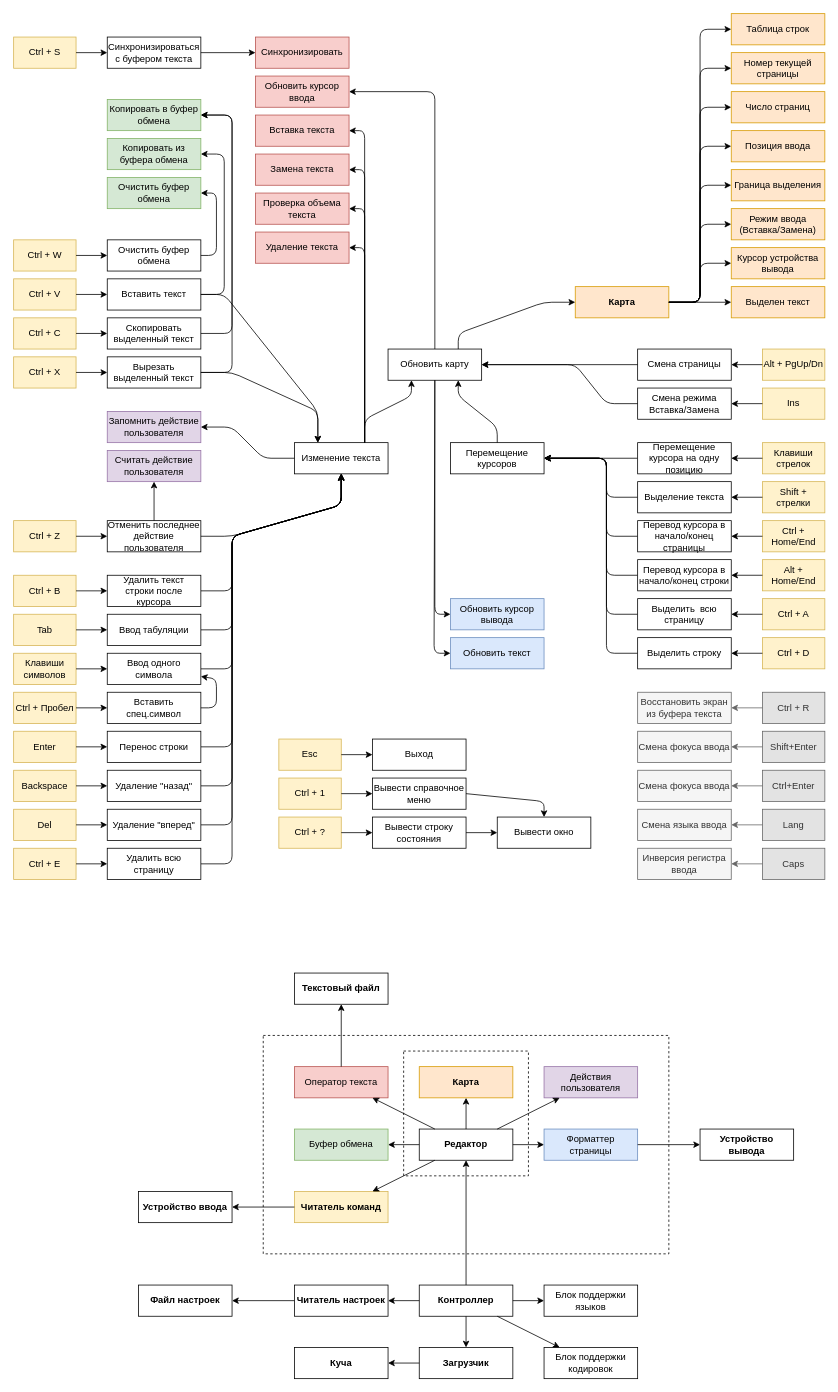
Earlier version of the draw.io diagram page "Команды редактора" (5 of 5) of _Doc/LPM_class_component_diagram.drawio (Teslatec/LPM_Editor). Source tidied: cells renumbered, new cells numbered last; positions are measured from the earlier drawing's top-left corner, leaving out a move shared by most shapes. Both pictures are drawn from the tidied source at 78%, with x=0, y=0 at pixel (13, 13).
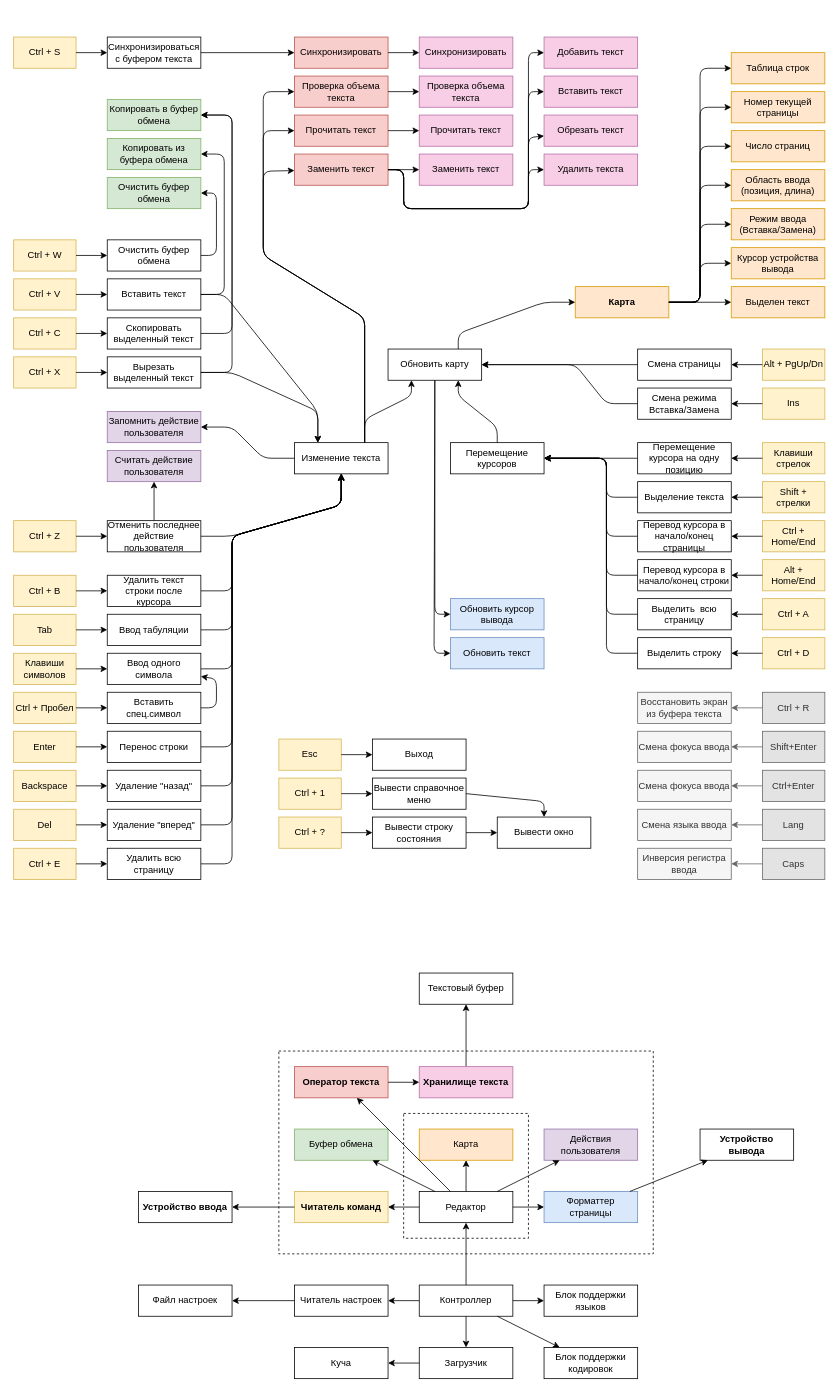
The same diagram, later.

Commit message (it also covers changes not shown here):
1. Протестировал и отладил модули текстового оператора и хранилища текста 2. Добавил тестовый модуль для отладки модулей п.1 3. Обновил диаграмму редактора

Unchanged cells that the change refers to:
```xml
<mxCell id="53" value="Карта" style="rounded=0;whiteSpace=wrap;html=1;fillColor=#ffe6cc;strokeColor=#d79b00;fontStyle=1;" parent="1" vertex="1">
  <mxGeometry x="720" y="350" width="120" height="40" as="geometry" />
</mxCell>
<mxCell id="67" value="Изменение текста" style="rounded=0;whiteSpace=wrap;html=1;" parent="1" vertex="1">
  <mxGeometry x="360" y="550" width="120" height="40" as="geometry" />
</mxCell>
<mxCell id="82" value="Обновить карту" style="rounded=0;whiteSpace=wrap;html=1;" parent="1" vertex="1">
  <mxGeometry x="480" y="430" width="120" height="40" as="geometry" />
</mxCell>
```

The edit, as a diff of the source:
```diff
@@
     <mxCell id="2" style="rounded=0;whiteSpace=wrap;html=1;dashed=1;fillColor=none;" parent="1" vertex="1">
-      <mxGeometry x="500" y="1330" width="160" height="160" as="geometry" />
+      <mxGeometry x="500" y="1410" width="160" height="160" as="geometry" />
     </mxCell>
     <mxCell id="3" style="rounded=0;whiteSpace=wrap;html=1;dashed=1;fillColor=none;" parent="1" vertex="1">
-      <mxGeometry x="320" y="1310" width="520" height="280" as="geometry" />
+      <mxGeometry x="340" y="1330" width="480" height="260" as="geometry" />
     </mxCell>
@@
     <mxCell id="52" style="endArrow=classic;html=1;exitX=0.75;exitY=0;exitDx=0;exitDy=0;" parent="1" edge="1" source="67" target="116">
       <mxGeometry relative="1" as="geometry">
         <Array as="points">
-          <mxPoint x="450" y="150" />
+          <mxPoint x="450" y="390" />
+          <mxPoint x="320" y="310" />
+          <mxPoint x="320" y="202" />
         </Array>
       </mxGeometry>
     </mxCell>
@@
     <mxCell id="54" style="endArrow=classic;html=1;" parent="1" edge="1" source="53" target="61">
       <mxGeometry relative="1" as="geometry">
         <Array as="points">
           <mxPoint x="880" y="370" />
-          <mxPoint x="880" y="20" />
+          <mxPoint x="880" y="70" />
         </Array>
       </mxGeometry>
     </mxCell>
     <mxCell id="55" style="endArrow=classic;html=1;" parent="1" edge="1" source="53" target="62">
       <mxGeometry relative="1" as="geometry">
         <Array as="points">
           <mxPoint x="880" y="370" />
-          <mxPoint x="880" y="70" />
+          <mxPoint x="880" y="120" />
         </Array>
       </mxGeometry>
     </mxCell>
     <mxCell id="56" style="endArrow=classic;html=1;" parent="1" edge="1" source="53" target="63">
       <mxGeometry relative="1" as="geometry">
         <Array as="points">
           <mxPoint x="880" y="370" />
-          <mxPoint x="880" y="120" />
+          <mxPoint x="880" y="170" />
         </Array>
       </mxGeometry>
     </mxCell>
-    <mxCell id="57" style="endArrow=classic;html=1;" parent="1" edge="1" source="53" target="64">
-      <mxGeometry relative="1" as="geometry">
-        <Array as="points">
-          <mxPoint x="880" y="370" />
-          <mxPoint x="880" y="170" />
-        </Array>
-      </mxGeometry>
-    </mxCell>
@@
     <mxCell id="61" value="Таблица строк" style="rounded=0;whiteSpace=wrap;html=1;fillColor=#ffe6cc;strokeColor=#d79b00;" parent="1" vertex="1">
-      <mxGeometry x="920" width="120" height="40" as="geometry" />
+      <mxGeometry x="920" y="50" width="120" height="40" as="geometry" />
     </mxCell>
     <mxCell id="62" value="Номер текущей страницы" style="rounded=0;whiteSpace=wrap;html=1;fillColor=#ffe6cc;strokeColor=#d79b00;" parent="1" vertex="1">
-      <mxGeometry x="920" y="50" width="120" height="40" as="geometry" />
+      <mxGeometry x="920" y="100" width="120" height="40" as="geometry" />
     </mxCell>
     <mxCell id="63" value="Число страниц" style="rounded=0;whiteSpace=wrap;html=1;fillColor=#ffe6cc;strokeColor=#d79b00;" parent="1" vertex="1">
-      <mxGeometry x="920" y="100" width="120" height="40" as="geometry" />
+      <mxGeometry x="920" y="150" width="120" height="40" as="geometry" />
     </mxCell>
-    <mxCell id="64" value="Позиция ввода" style="rounded=0;whiteSpace=wrap;html=1;fillColor=#ffe6cc;strokeColor=#d79b00;" parent="1" vertex="1">
-      <mxGeometry x="920" y="150" width="120" height="40" as="geometry" />
-    </mxCell>
-    <mxCell id="65" value="Граница выделения" style="rounded=0;whiteSpace=wrap;html=1;fillColor=#ffe6cc;strokeColor=#d79b00;" parent="1" vertex="1">
+    <mxCell id="65" value="Область ввода (позиция, длина)" style="rounded=0;whiteSpace=wrap;html=1;fillColor=#ffe6cc;strokeColor=#d79b00;" parent="1" vertex="1">
       <mxGeometry x="920" y="200" width="120" height="40" as="geometry" />
     </mxCell>
@@
-    <mxCell id="69" style="endArrow=classic;html=1;exitX=0.75;exitY=0;exitDx=0;exitDy=0;" parent="1" edge="1" source="67" target="118">
-      <mxGeometry relative="1" as="geometry">
-        <Array as="points">
-          <mxPoint x="450" y="300" />
-        </Array>
-      </mxGeometry>
-    </mxCell>
     <mxCell id="70" style="endArrow=classic;html=1;exitX=0.75;exitY=0;exitDx=0;exitDy=0;" parent="1" edge="1" source="67" target="117">
       <mxGeometry relative="1" as="geometry">
         <Array as="points">
-          <mxPoint x="450" y="200" />
+          <mxPoint x="450" y="390" />
+          <mxPoint x="320" y="310" />
+          <mxPoint x="320" y="150" />
         </Array>
       </mxGeometry>
     </mxCell>
@@
-    <mxCell id="80" style="endArrow=classic;html=1;" parent="1" edge="1" source="82" target="119">
-      <mxGeometry relative="1" as="geometry">
-        <Array as="points">
-          <mxPoint x="540" y="100" />
-        </Array>
-      </mxGeometry>
-    </mxCell>
     <mxCell id="81" style="endArrow=classic;html=1;exitX=0.75;exitY=0;exitDx=0;exitDy=0;" parent="1" edge="1" source="67" target="120">
       <mxGeometry relative="1" as="geometry">
         <Array as="points">
-          <mxPoint x="450" y="250" />
+          <mxPoint x="450" y="390" />
+          <mxPoint x="320" y="310" />
+          <mxPoint x="320" y="210" />
+          <mxPoint x="320" y="100" />
         </Array>
       </mxGeometry>
     </mxCell>
@@
-    <mxCell id="116" value="Вставка текста" style="rounded=0;whiteSpace=wrap;html=1;fillColor=#f8cecc;strokeColor=#b85450;" parent="1" vertex="1">
-      <mxGeometry x="310" y="130" width="120" height="40" as="geometry" />
+    <mxCell id="116" value="Заменить текст" style="rounded=0;whiteSpace=wrap;html=1;fillColor=#f8cecc;strokeColor=#b85450;" parent="1" vertex="1">
+      <mxGeometry x="360" y="180" width="120" height="40" as="geometry" />
     </mxCell>
-    <mxCell id="117" value="Замена текста" style="rounded=0;whiteSpace=wrap;html=1;fillColor=#f8cecc;strokeColor=#b85450;" parent="1" vertex="1">
-      <mxGeometry x="310" y="180" width="120" height="40" as="geometry" />
+    <mxCell id="117" value="Прочитать текст" style="rounded=0;whiteSpace=wrap;html=1;fillColor=#f8cecc;strokeColor=#b85450;" parent="1" vertex="1">
+      <mxGeometry x="360" y="130" width="120" height="40" as="geometry" />
     </mxCell>
-    <mxCell id="118" value="Удаление текста" style="rounded=0;whiteSpace=wrap;html=1;fillColor=#f8cecc;strokeColor=#b85450;" parent="1" vertex="1">
-      <mxGeometry x="310" y="280" width="120" height="40" as="geometry" />
-    </mxCell>
-    <mxCell id="119" value="Обновить курсор ввода" style="rounded=0;whiteSpace=wrap;html=1;fillColor=#f8cecc;strokeColor=#b85450;" parent="1" vertex="1">
-      <mxGeometry x="310" y="80" width="120" height="40" as="geometry" />
-    </mxCell>
     <mxCell id="120" value="Проверка объема текста" style="rounded=0;whiteSpace=wrap;html=1;fillColor=#f8cecc;strokeColor=#b85450;" parent="1" vertex="1">
-      <mxGeometry x="310" y="230" width="120" height="40" as="geometry" />
+      <mxGeometry x="360" y="80" width="120" height="40" as="geometry" />
     </mxCell>
     <mxCell id="121" value="Синхронизировать" style="rounded=0;whiteSpace=wrap;html=1;fillColor=#f8cecc;strokeColor=#b85450;" parent="1" vertex="1">
-      <mxGeometry x="310" y="30" width="120" height="40" as="geometry" />
+      <mxGeometry x="360" y="30" width="120" height="40" as="geometry" />
     </mxCell>
@@
-    <mxCell id="166" value="Карта" style="rounded=0;whiteSpace=wrap;html=1;fillColor=#ffe6cc;strokeColor=#d79b00;fontStyle=1;" parent="1" vertex="1">
-      <mxGeometry x="520" y="1350" width="120" height="40" as="geometry" />
+    <mxCell id="166" value="Карта" style="rounded=0;whiteSpace=wrap;html=1;fillColor=#ffe6cc;strokeColor=#d79b00;fontStyle=0;" parent="1" vertex="1">
+      <mxGeometry x="520" y="1430" width="120" height="40" as="geometry" />
     </mxCell>
-    <mxCell id="167" value="Редактор" style="rounded=0;whiteSpace=wrap;html=1;fontStyle=1;" parent="1" vertex="1">
-      <mxGeometry x="520" y="1430" width="120" height="40" as="geometry" />
+    <mxCell id="167" value="Редактор" style="rounded=0;whiteSpace=wrap;html=1;fontStyle=0;" parent="1" vertex="1">
+      <mxGeometry x="520" y="1510" width="120" height="40" as="geometry" />
     </mxCell>
@@
-    <mxCell id="169" value="Оператор текста" style="rounded=0;whiteSpace=wrap;html=1;fillColor=#f8cecc;strokeColor=#b85450;" parent="1" vertex="1">
+    <mxCell id="169" value="Оператор текста" style="rounded=0;whiteSpace=wrap;html=1;fillColor=#f8cecc;strokeColor=#b85450;fontStyle=1;" parent="1" vertex="1">
       <mxGeometry x="360" y="1350" width="120" height="40" as="geometry" />
     </mxCell>
@@
     <mxCell id="171" value="Действия пользователя" style="rounded=0;whiteSpace=wrap;html=1;fillColor=#e1d5e7;strokeColor=#9673a6;" parent="1" vertex="1">
-      <mxGeometry x="680" y="1350" width="120" height="40" as="geometry" />
+      <mxGeometry x="680" y="1430" width="120" height="40" as="geometry" />
     </mxCell>
     <mxCell id="172" value="Форматтер страницы" style="rounded=0;whiteSpace=wrap;html=1;fillColor=#dae8fc;strokeColor=#6c8ebf;" parent="1" vertex="1">
-      <mxGeometry x="680" y="1430" width="120" height="40" as="geometry" />
+      <mxGeometry x="680" y="1510" width="120" height="40" as="geometry" />
     </mxCell>
@@
-    <mxCell id="181" value="Текстовый файл" style="rounded=0;whiteSpace=wrap;html=1;fontStyle=1;" parent="1" vertex="1">
-      <mxGeometry x="360" y="1230" width="120" height="40" as="geometry" />
+    <mxCell id="181" value="Текстовый буфер" style="rounded=0;whiteSpace=wrap;html=1;fontStyle=0;" parent="1" vertex="1">
+      <mxGeometry x="520" y="1230" width="120" height="40" as="geometry" />
     </mxCell>
-    <mxCell id="182" style="endArrow=classic;html=1;" parent="1" edge="1" source="169" target="181">
+    <mxCell id="182" style="endArrow=classic;html=1;" parent="1" edge="1" source="215" target="181">
       <mxGeometry relative="1" as="geometry" />
     </mxCell>
-    <mxCell id="183" value="Читатель настроек" style="rounded=0;whiteSpace=wrap;html=1;fontStyle=1;" parent="1" vertex="1">
+    <mxCell id="183" value="Читатель настроек" style="rounded=0;whiteSpace=wrap;html=1;fontStyle=0;" parent="1" vertex="1">
       <mxGeometry x="360" y="1630" width="120" height="40" as="geometry" />
     </mxCell>
-    <mxCell id="184" value="Контроллер" style="rounded=0;whiteSpace=wrap;html=1;fontStyle=1;" parent="1" vertex="1">
+    <mxCell id="184" value="Контроллер" style="rounded=0;whiteSpace=wrap;html=1;fontStyle=0;" parent="1" vertex="1">
       <mxGeometry x="520" y="1630" width="120" height="40" as="geometry" />
     </mxCell>
-    <mxCell id="185" value="Загрузчик" style="rounded=0;whiteSpace=wrap;html=1;fontStyle=1;" parent="1" vertex="1">
+    <mxCell id="185" value="Загрузчик" style="rounded=0;whiteSpace=wrap;html=1;fontStyle=0;" parent="1" vertex="1">
       <mxGeometry x="520" y="1710" width="120" height="40" as="geometry" />
     </mxCell>
-    <mxCell id="186" value="Файл настроек" style="rounded=0;whiteSpace=wrap;html=1;fontStyle=1;" parent="1" vertex="1">
+    <mxCell id="186" value="Файл настроек" style="rounded=0;whiteSpace=wrap;html=1;fontStyle=0;" parent="1" vertex="1">
       <mxGeometry x="160" y="1630" width="120" height="40" as="geometry" />
     </mxCell>
@@
-    <mxCell id="189" style="endArrow=classic;html=1;" parent="1" edge="1" source="184" target="183">
+    <mxCell id="189" style="endArrow=classic;html=1;fontStyle=0;" parent="1" edge="1" source="184" target="183">
       <mxGeometry relative="1" as="geometry" />
     </mxCell>
-    <mxCell id="190" style="endArrow=classic;html=1;" parent="1" edge="1" source="184" target="185">
+    <mxCell id="190" style="endArrow=classic;html=1;fontStyle=0;" parent="1" edge="1" source="184" target="185">
       <mxGeometry relative="1" as="geometry" />
     </mxCell>
-    <mxCell id="191" style="endArrow=classic;html=1;" parent="1" edge="1" source="183" target="186">
+    <mxCell id="191" style="endArrow=classic;html=1;fontStyle=0;" parent="1" edge="1" source="183" target="186">
       <mxGeometry relative="1" as="geometry" />
     </mxCell>
-    <mxCell id="192" value="Куча" style="rounded=0;whiteSpace=wrap;html=1;fontStyle=1;" parent="1" vertex="1">
+    <mxCell id="192" value="Куча" style="rounded=0;whiteSpace=wrap;html=1;fontStyle=0;" parent="1" vertex="1">
       <mxGeometry x="360" y="1710" width="120" height="40" as="geometry" />
     </mxCell>
-    <mxCell id="193" style="endArrow=classic;html=1;" parent="1" edge="1" source="185" target="192">
+    <mxCell id="193" style="endArrow=classic;html=1;fontStyle=0;" parent="1" edge="1" source="185" target="192">
       <mxGeometry relative="1" as="geometry" />
     </mxCell>
@@
+    <mxCell id="199" value="Добавить текст" style="rounded=0;whiteSpace=wrap;html=1;fillColor=#F8CEE6;strokeColor=#B86DA6;" parent="1" vertex="1">
+      <mxGeometry x="680" y="30" width="120" height="40" as="geometry" />
+    </mxCell>
+    <mxCell id="200" value="Вставить текст" style="rounded=0;whiteSpace=wrap;html=1;fillColor=#F8CEE6;strokeColor=#B86DA6;" parent="1" vertex="1">
+      <mxGeometry x="680" y="80" width="120" height="40" as="geometry" />
+    </mxCell>
+    <mxCell id="201" value="Заменить текст" style="rounded=0;whiteSpace=wrap;html=1;fillColor=#F8CEE6;strokeColor=#B86DA6;" parent="1" vertex="1">
+      <mxGeometry x="520" y="180" width="120" height="40" as="geometry" />
+    </mxCell>
+    <mxCell id="202" value="Удалить текста" style="rounded=0;whiteSpace=wrap;html=1;fillColor=#F8CEE6;strokeColor=#B86DA6;" parent="1" vertex="1">
+      <mxGeometry x="680" y="180" width="120" height="40" as="geometry" />
+    </mxCell>
+    <mxCell id="203" value="Обрезать текст" style="rounded=0;whiteSpace=wrap;html=1;fillColor=#F8CEE6;strokeColor=#B86DA6;" parent="1" vertex="1">
+      <mxGeometry x="680" y="130" width="120" height="40" as="geometry" />
+    </mxCell>
+    <mxCell id="204" value="Прочитать текст" style="rounded=0;whiteSpace=wrap;html=1;fillColor=#F8CEE6;strokeColor=#B86DA6;" parent="1" vertex="1">
+      <mxGeometry x="520" y="130" width="120" height="40" as="geometry" />
+    </mxCell>
+    <mxCell id="205" value="Синхронизировать" style="rounded=0;whiteSpace=wrap;html=1;fillColor=#F8CEE6;strokeColor=#B86DA6;" parent="1" vertex="1">
+      <mxGeometry x="520" y="30" width="120" height="40" as="geometry" />
+    </mxCell>
+    <mxCell id="206" value="Проверка объема текста" style="rounded=0;whiteSpace=wrap;html=1;fillColor=#F8CEE6;strokeColor=#B86DA6;" parent="1" vertex="1">
+      <mxGeometry x="520" y="80" width="120" height="40" as="geometry" />
+    </mxCell>
+    <mxCell id="207" style="endArrow=classic;html=1;" parent="1" edge="1" source="117" target="204">
+      <mxGeometry relative="1" as="geometry" />
+    </mxCell>
+    <mxCell id="208" style="endArrow=classic;html=1;" parent="1" edge="1" source="120" target="206">
+      <mxGeometry relative="1" as="geometry" />
+    </mxCell>
+    <mxCell id="209" style="endArrow=classic;html=1;" parent="1" edge="1" source="121" target="205">
+      <mxGeometry relative="1" as="geometry" />
+    </mxCell>
+    <mxCell id="210" style="endArrow=classic;html=1;" parent="1" edge="1" source="116" target="201">
+      <mxGeometry relative="1" as="geometry" />
+    </mxCell>
+    <mxCell id="211" style="endArrow=classic;html=1;" parent="1" edge="1" source="116" target="199">
+      <mxGeometry relative="1" as="geometry">
+        <Array as="points">
+          <mxPoint x="500" y="200" />
+          <mxPoint x="500" y="250" />
+          <mxPoint x="660" y="250" />
+          <mxPoint x="660" y="50" />
+        </Array>
+      </mxGeometry>
+    </mxCell>
+    <mxCell id="212" style="endArrow=classic;html=1;" parent="1" edge="1" source="116" target="200">
+      <mxGeometry relative="1" as="geometry">
+        <Array as="points">
+          <mxPoint x="500" y="200" />
+          <mxPoint x="500" y="250" />
+          <mxPoint x="660" y="250" />
+          <mxPoint x="660" y="100" />
+        </Array>
+      </mxGeometry>
+    </mxCell>
+    <mxCell id="213" style="endArrow=classic;html=1;" parent="1" edge="1" source="116" target="203">
+      <mxGeometry relative="1" as="geometry">
+        <Array as="points">
+          <mxPoint x="500" y="200" />
+          <mxPoint x="500" y="250" />
+          <mxPoint x="660" y="250" />
+          <mxPoint x="660" y="159" />
+        </Array>
+      </mxGeometry>
+    </mxCell>
+    <mxCell id="214" style="endArrow=classic;html=1;" parent="1" edge="1" source="116" target="202">
+      <mxGeometry relative="1" as="geometry">
+        <Array as="points">
+          <mxPoint x="500" y="200" />
+          <mxPoint x="500" y="250" />
+          <mxPoint x="660" y="250" />
+          <mxPoint x="660" y="200" />
+        </Array>
+      </mxGeometry>
+    </mxCell>
+    <mxCell id="215" value="Хранилище текста" style="rounded=0;whiteSpace=wrap;html=1;fillColor=#F8CEE6;strokeColor=#B86DA6;fontStyle=1;" parent="1" vertex="1">
+      <mxGeometry x="520" y="1350" width="120" height="40" as="geometry" />
+    </mxCell>
+    <mxCell id="216" style="endArrow=classic;html=1;" parent="1" edge="1" source="169" target="215">
+      <mxGeometry relative="1" as="geometry" />
+    </mxCell>
```
